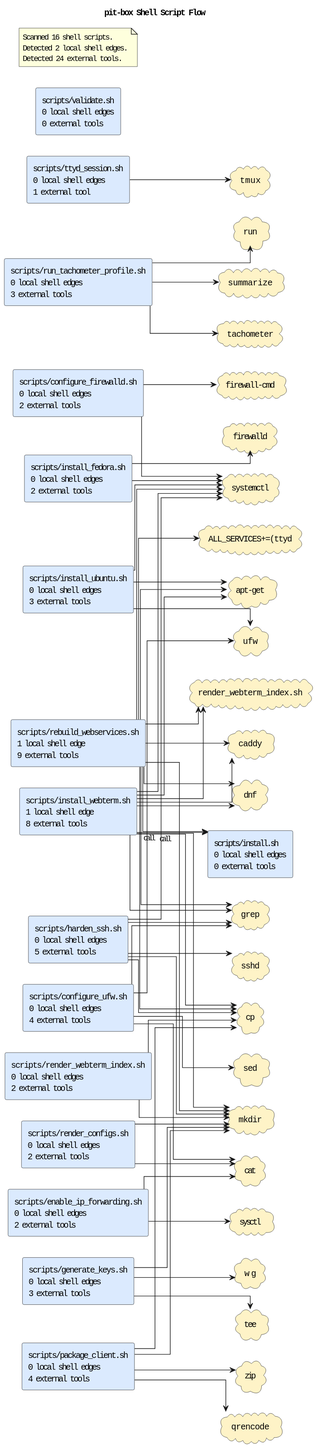
casonk/pit-box keeps this PlantUML diagram as docs/diagrams/shell-call-graph.puml.svg. Above is the earlier version. Source of this version:
```plantuml
@startuml
title pit-box Shell Script Flow
left to right direction
skinparam shadowing false
skinparam defaultFontName Monospace
skinparam componentStyle rectangle
skinparam linetype ortho
rectangle "scripts/configure_firewalld.sh\n0 local shell edges\n2 external tools" as shell_scripts_configure_firewalld_sh #DBEAFE
rectangle "scripts/configure_ufw.sh\n0 local shell edges\n4 external tools" as shell_scripts_configure_ufw_sh #DBEAFE
rectangle "scripts/enable_ip_forwarding.sh\n0 local shell edges\n2 external tools" as shell_scripts_enable_ip_forwarding_sh #DBEAFE
rectangle "scripts/generate_keys.sh\n0 local shell edges\n3 external tools" as shell_scripts_generate_keys_sh #DBEAFE
rectangle "scripts/harden_ssh.sh\n0 local shell edges\n5 external tools" as shell_scripts_harden_ssh_sh #DBEAFE
rectangle "scripts/install.sh\n0 local shell edges\n0 external tools" as shell_scripts_install_sh #DBEAFE
rectangle "scripts/install_fedora.sh\n0 local shell edges\n2 external tools" as shell_scripts_install_fedora_sh #DBEAFE
rectangle "scripts/install_ubuntu.sh\n0 local shell edges\n3 external tools" as shell_scripts_install_ubuntu_sh #DBEAFE
rectangle "scripts/install_webterm.sh\n1 local shell edge\n8 external tools" as shell_scripts_install_webterm_sh #DBEAFE
rectangle "scripts/package_client.sh\n0 local shell edges\n4 external tools" as shell_scripts_package_client_sh #DBEAFE
rectangle "scripts/rebuild_webservices.sh\n1 local shell edge\n9 external tools" as shell_scripts_rebuild_webservices_sh #DBEAFE
rectangle "scripts/render_configs.sh\n0 local shell edges\n2 external tools" as shell_scripts_render_configs_sh #DBEAFE
rectangle "scripts/render_webterm_index.sh\n0 local shell edges\n2 external tools" as shell_scripts_render_webterm_index_sh #DBEAFE
rectangle "scripts/run_tachometer_profile.sh\n0 local shell edges\n3 external tools" as shell_scripts_run_tachometer_profile_sh #DBEAFE
rectangle "scripts/ttyd_session.sh\n0 local shell edges\n1 external tool" as shell_scripts_ttyd_session_sh #DBEAFE
rectangle "scripts/validate.sh\n0 local shell edges\n0 external tools" as shell_scripts_validate_sh #DBEAFE
cloud "ALL_SERVICES+=(ttyd" as tool_all_services_ttyd #FEF3C7
cloud "apt-get" as tool_apt_get #FEF3C7
cloud "caddy" as tool_caddy #FEF3C7
cloud "cat" as tool_cat #FEF3C7
cloud "cp" as tool_cp #FEF3C7
cloud "dnf" as tool_dnf #FEF3C7
cloud "firewall-cmd" as tool_firewall_cmd #FEF3C7
cloud "firewalld" as tool_firewalld #FEF3C7
cloud "grep" as tool_grep #FEF3C7
cloud "mkdir" as tool_mkdir #FEF3C7
cloud "qrencode" as tool_qrencode #FEF3C7
cloud "render_webterm_index.sh" as tool_render_webterm_index_sh #FEF3C7
cloud "run" as tool_run #FEF3C7
cloud "sed" as tool_sed #FEF3C7
cloud "sshd" as tool_sshd #FEF3C7
cloud "summarize" as tool_summarize #FEF3C7
cloud "sysctl" as tool_sysctl #FEF3C7
cloud "systemctl" as tool_systemctl #FEF3C7
cloud "tachometer" as tool_tachometer #FEF3C7
cloud "tee" as tool_tee #FEF3C7
cloud "tmux" as tool_tmux #FEF3C7
cloud "ufw" as tool_ufw #FEF3C7
cloud "wg" as tool_wg #FEF3C7
cloud "zip" as tool_zip #FEF3C7
shell_scripts_install_webterm_sh --> shell_scripts_install_sh : call
shell_scripts_rebuild_webservices_sh --> shell_scripts_install_sh : call
shell_scripts_configure_firewalld_sh --> tool_firewall_cmd
shell_scripts_configure_firewalld_sh --> tool_systemctl
shell_scripts_configure_ufw_sh --> tool_cat
shell_scripts_configure_ufw_sh --> tool_grep
shell_scripts_configure_ufw_sh --> tool_sed
shell_scripts_configure_ufw_sh --> tool_ufw
shell_scripts_enable_ip_forwarding_sh --> tool_cat
shell_scripts_enable_ip_forwarding_sh --> tool_sysctl
shell_scripts_generate_keys_sh --> tool_mkdir
shell_scripts_generate_keys_sh --> tool_tee
shell_scripts_generate_keys_sh --> tool_wg
shell_scripts_harden_ssh_sh --> tool_cp
shell_scripts_harden_ssh_sh --> tool_grep
shell_scripts_harden_ssh_sh --> tool_mkdir
shell_scripts_harden_ssh_sh --> tool_sshd
shell_scripts_harden_ssh_sh --> tool_systemctl
shell_scripts_install_fedora_sh --> tool_firewalld
shell_scripts_install_fedora_sh --> tool_systemctl
shell_scripts_install_ubuntu_sh --> tool_apt_get
shell_scripts_install_ubuntu_sh --> tool_systemctl
shell_scripts_install_ubuntu_sh --> tool_ufw
shell_scripts_install_webterm_sh --> tool_apt_get
shell_scripts_install_webterm_sh --> tool_caddy
shell_scripts_install_webterm_sh --> tool_cp
shell_scripts_install_webterm_sh --> tool_dnf
shell_scripts_install_webterm_sh --> tool_grep
shell_scripts_install_webterm_sh --> tool_mkdir
shell_scripts_install_webterm_sh --> tool_render_webterm_index_sh
shell_scripts_install_webterm_sh --> tool_systemctl
shell_scripts_package_client_sh --> tool_cp
shell_scripts_package_client_sh --> tool_mkdir
shell_scripts_package_client_sh --> tool_qrencode
shell_scripts_package_client_sh --> tool_zip
shell_scripts_rebuild_webservices_sh --> tool_all_services_ttyd
shell_scripts_rebuild_webservices_sh --> tool_apt_get
shell_scripts_rebuild_webservices_sh --> tool_caddy
shell_scripts_rebuild_webservices_sh --> tool_cp
shell_scripts_rebuild_webservices_sh --> tool_dnf
shell_scripts_rebuild_webservices_sh --> tool_grep
shell_scripts_rebuild_webservices_sh --> tool_mkdir
shell_scripts_rebuild_webservices_sh --> tool_render_webterm_index_sh
shell_scripts_rebuild_webservices_sh --> tool_systemctl
shell_scripts_render_configs_sh --> tool_cat
shell_scripts_render_configs_sh --> tool_mkdir
shell_scripts_render_webterm_index_sh --> tool_cp
shell_scripts_render_webterm_index_sh --> tool_mkdir
shell_scripts_run_tachometer_profile_sh --> tool_run
shell_scripts_run_tachometer_profile_sh --> tool_summarize
shell_scripts_run_tachometer_profile_sh --> tool_tachometer
shell_scripts_ttyd_session_sh --> tool_tmux
note as shellGraphSummary
Scanned 16 shell scripts.
Detected 2 local shell edges.
Detected 24 external tools.
end note
@enduml
```
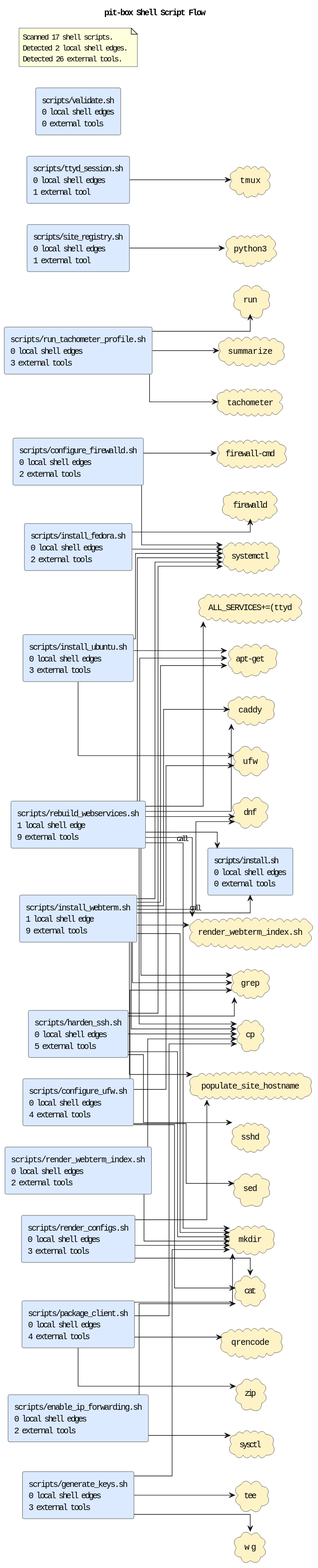
After the commit.

The edit, as a diff of the source:
```diff
@@ -13,12 +13,13 @@
 rectangle "scripts/install.sh\n0 local shell edges\n0 external tools" as shell_scripts_install_sh #DBEAFE
 rectangle "scripts/install_fedora.sh\n0 local shell edges\n2 external tools" as shell_scripts_install_fedora_sh #DBEAFE
 rectangle "scripts/install_ubuntu.sh\n0 local shell edges\n3 external tools" as shell_scripts_install_ubuntu_sh #DBEAFE
-rectangle "scripts/install_webterm.sh\n1 local shell edge\n8 external tools" as shell_scripts_install_webterm_sh #DBEAFE
+rectangle "scripts/install_webterm.sh\n1 local shell edge\n9 external tools" as shell_scripts_install_webterm_sh #DBEAFE
 rectangle "scripts/package_client.sh\n0 local shell edges\n4 external tools" as shell_scripts_package_client_sh #DBEAFE
 rectangle "scripts/rebuild_webservices.sh\n1 local shell edge\n9 external tools" as shell_scripts_rebuild_webservices_sh #DBEAFE
-rectangle "scripts/render_configs.sh\n0 local shell edges\n2 external tools" as shell_scripts_render_configs_sh #DBEAFE
+rectangle "scripts/render_configs.sh\n0 local shell edges\n3 external tools" as shell_scripts_render_configs_sh #DBEAFE
 rectangle "scripts/render_webterm_index.sh\n0 local shell edges\n2 external tools" as shell_scripts_render_webterm_index_sh #DBEAFE
 rectangle "scripts/run_tachometer_profile.sh\n0 local shell edges\n3 external tools" as shell_scripts_run_tachometer_profile_sh #DBEAFE
+rectangle "scripts/site_registry.sh\n0 local shell edges\n1 external tool" as shell_scripts_site_registry_sh #DBEAFE
 rectangle "scripts/ttyd_session.sh\n0 local shell edges\n1 external tool" as shell_scripts_ttyd_session_sh #DBEAFE
 rectangle "scripts/validate.sh\n0 local shell edges\n0 external tools" as shell_scripts_validate_sh #DBEAFE
 cloud "ALL_SERVICES+=(ttyd" as tool_all_services_ttyd #FEF3C7
@@ -31,6 +32,8 @@
 cloud "firewalld" as tool_firewalld #FEF3C7
 cloud "grep" as tool_grep #FEF3C7
 cloud "mkdir" as tool_mkdir #FEF3C7
+cloud "populate_site_hostname" as tool_populate_site_hostname #FEF3C7
+cloud "python3" as tool_python3 #FEF3C7
 cloud "qrencode" as tool_qrencode #FEF3C7
 cloud "render_webterm_index.sh" as tool_render_webterm_index_sh #FEF3C7
 cloud "run" as tool_run #FEF3C7
@@ -74,6 +77,7 @@
 shell_scripts_install_webterm_sh --> tool_dnf
 shell_scripts_install_webterm_sh --> tool_grep
 shell_scripts_install_webterm_sh --> tool_mkdir
+shell_scripts_install_webterm_sh --> tool_populate_site_hostname
 shell_scripts_install_webterm_sh --> tool_render_webterm_index_sh
 shell_scripts_install_webterm_sh --> tool_systemctl
 shell_scripts_package_client_sh --> tool_cp
@@ -91,15 +95,17 @@
 shell_scripts_rebuild_webservices_sh --> tool_systemctl
 shell_scripts_render_configs_sh --> tool_cat
 shell_scripts_render_configs_sh --> tool_mkdir
+shell_scripts_render_configs_sh --> tool_populate_site_hostname
 shell_scripts_render_webterm_index_sh --> tool_cp
 shell_scripts_render_webterm_index_sh --> tool_mkdir
 shell_scripts_run_tachometer_profile_sh --> tool_run
 shell_scripts_run_tachometer_profile_sh --> tool_summarize
 shell_scripts_run_tachometer_profile_sh --> tool_tachometer
+shell_scripts_site_registry_sh --> tool_python3
 shell_scripts_ttyd_session_sh --> tool_tmux
 note as shellGraphSummary
-Scanned 16 shell scripts.
+Scanned 17 shell scripts.
 Detected 2 local shell edges.
-Detected 24 external tools.
+Detected 26 external tools.
 end note
 @enduml
```
